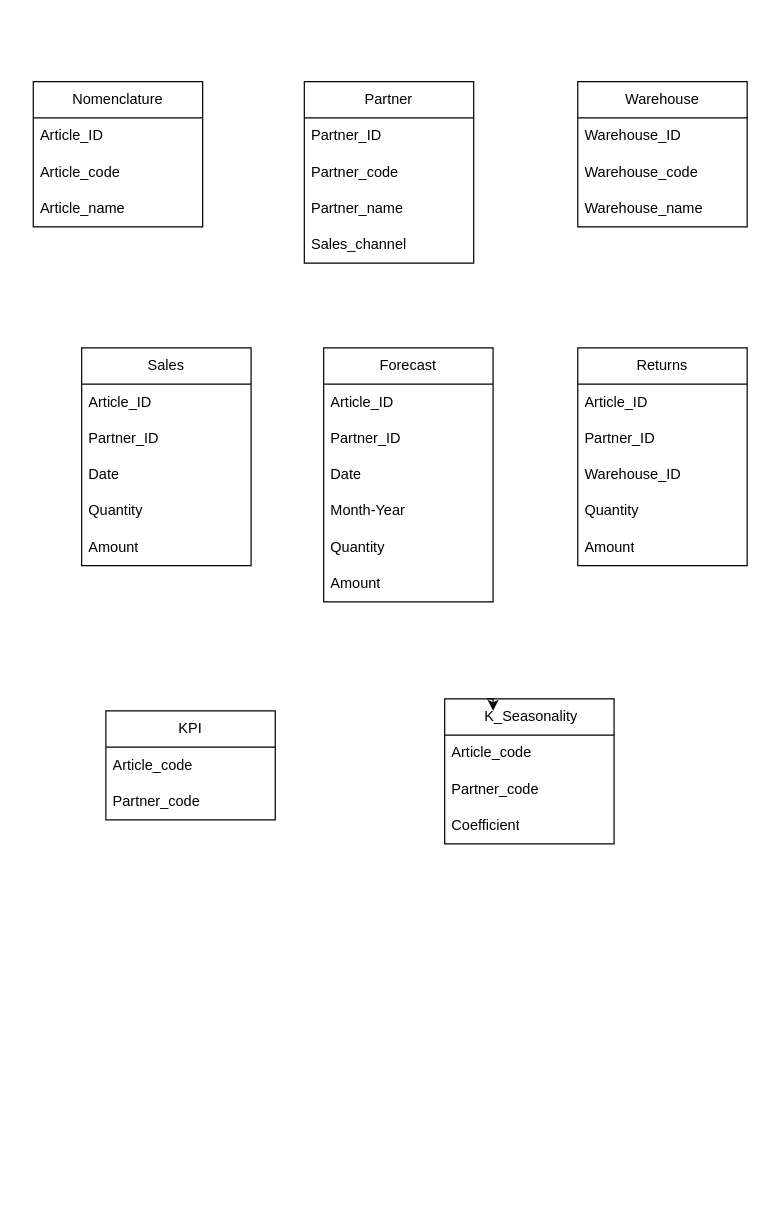
This is Диаграмма без названия.drawio from DWH-creation/Project_1, a draw.io file, before an edit. Source tidied: cells renumbered, new cells numbered last; positions are measured from the earlier drawing's top-left corner, leaving out a move shared by most shapes. Both pictures are drawn from the tidied source at 121%, with x=0, y=0 at pixel (33, 81).
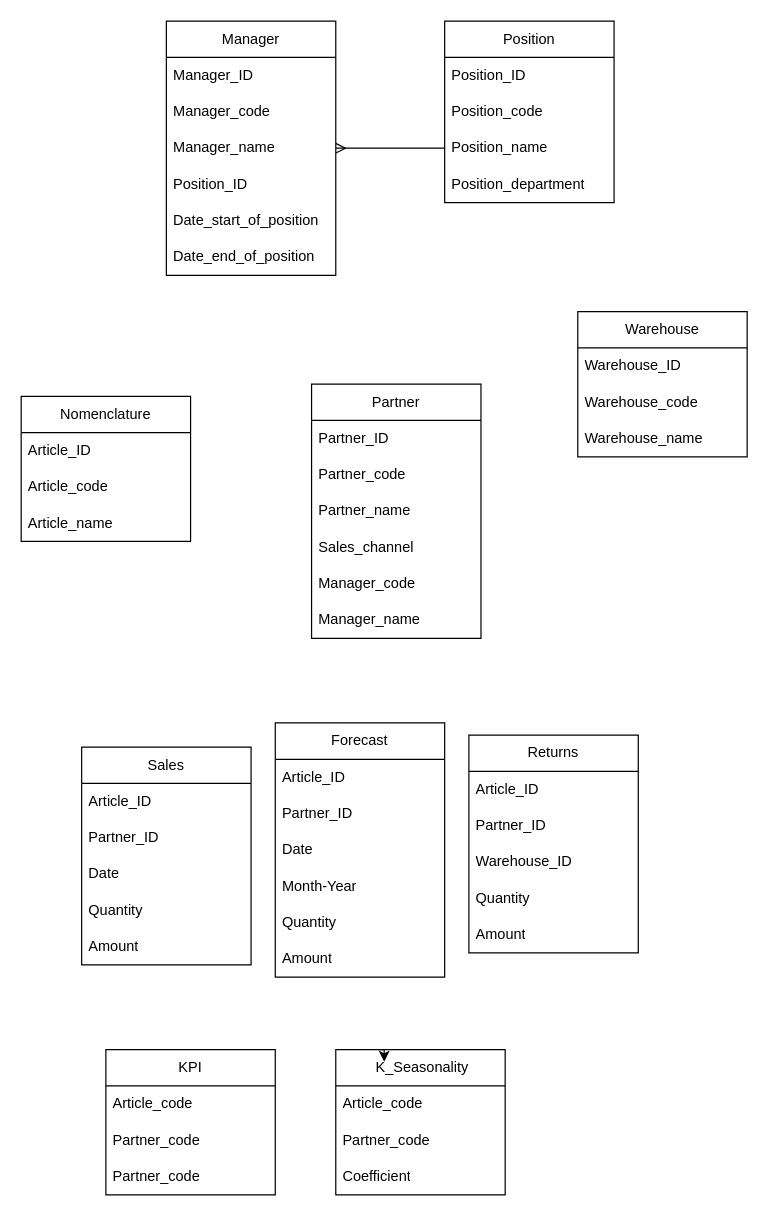
The same diagram, later.

Change to the diagram source:
```diff
@@
     <mxCell id="2" value="Nomenclature" style="swimlane;fontStyle=0;horizontal=1;startSize=30;whiteSpace=wrap;html=1;labelBackgroundColor=none;" parent="1" vertex="1">
-      <mxGeometry width="140" height="120" as="geometry" />
+      <mxGeometry x="-10" y="260" width="140" height="120" as="geometry" />
     </mxCell>
@@
     <mxCell id="6" value="Partner" style="swimlane;fontStyle=0;horizontal=1;startSize=30;whiteSpace=wrap;html=1;labelBackgroundColor=none;" parent="1" vertex="1">
-      <mxGeometry x="224" width="140" height="150" as="geometry" />
+      <mxGeometry x="230" y="250" width="140" height="210" as="geometry" />
     </mxCell>
@@
+    <mxCell id="42" value="Manager_code" style="text;strokeColor=none;fillColor=none;align=left;verticalAlign=middle;spacingLeft=4;spacingRight=4;overflow=hidden;whiteSpace=wrap;html=1;labelBackgroundColor=none;" parent="6" vertex="1">
+      <mxGeometry y="150" width="140" height="30" as="geometry" />
+    </mxCell>
+    <mxCell id="43" value="Manager_name" style="text;strokeColor=none;fillColor=none;align=left;verticalAlign=middle;spacingLeft=4;spacingRight=4;overflow=hidden;whiteSpace=wrap;html=1;labelBackgroundColor=none;" parent="6" vertex="1">
+      <mxGeometry y="180" width="140" height="30" as="geometry" />
+    </mxCell>
     <mxCell id="11" value="Warehouse" style="swimlane;fontStyle=0;horizontal=1;startSize=30;whiteSpace=wrap;html=1;labelBackgroundColor=none;" parent="1" vertex="1">
-      <mxGeometry x="450" width="140" height="120" as="geometry" />
+      <mxGeometry x="450" y="190" width="140" height="120" as="geometry" />
     </mxCell>
@@
     <mxCell id="15" value="KPI" style="swimlane;fontStyle=0;horizontal=1;startSize=30;whiteSpace=wrap;html=1;labelBackgroundColor=none;" parent="1" vertex="1">
-      <mxGeometry x="60" y="520" width="140" height="90" as="geometry" />
+      <mxGeometry x="60" y="800" width="140" height="120" as="geometry" />
     </mxCell>
@@
+    <mxCell id="44" value="Partner_code" style="text;strokeColor=none;fillColor=none;align=left;verticalAlign=middle;spacingLeft=4;spacingRight=4;overflow=hidden;whiteSpace=wrap;html=1;labelBackgroundColor=none;" parent="15" vertex="1">
+      <mxGeometry y="90" width="140" height="30" as="geometry" />
+    </mxCell>
     <mxCell id="18" value="&amp;nbsp;K_Seasonality" style="swimlane;fontStyle=0;horizontal=1;startSize=30;whiteSpace=wrap;html=1;labelBackgroundColor=none;" parent="1" vertex="1">
-      <mxGeometry x="340" y="510" width="140" height="120" as="geometry" />
+      <mxGeometry x="250" y="800" width="140" height="120" as="geometry" />
     </mxCell>
@@
     <mxCell id="22" value="Sales" style="swimlane;fontStyle=0;horizontal=1;startSize=30;whiteSpace=wrap;html=1;labelBackgroundColor=none;" parent="1" vertex="1">
-      <mxGeometry x="40" y="220" width="140" height="180" as="geometry" />
+      <mxGeometry x="40" y="550" width="140" height="180" as="geometry" />
     </mxCell>
@@
     <mxCell id="28" value="Forecast" style="swimlane;fontStyle=0;horizontal=1;startSize=30;whiteSpace=wrap;html=1;labelBackgroundColor=none;" parent="1" vertex="1">
-      <mxGeometry x="240" y="220" width="140" height="210" as="geometry" />
+      <mxGeometry x="200" y="530" width="140" height="210" as="geometry" />
     </mxCell>
@@
     <mxCell id="35" value="Returns" style="swimlane;fontStyle=0;horizontal=1;startSize=30;whiteSpace=wrap;html=1;labelBackgroundColor=none;" parent="1" vertex="1">
-      <mxGeometry x="450" y="220" width="140" height="180" as="geometry" />
+      <mxGeometry x="360" y="540" width="140" height="180" as="geometry" />
     </mxCell>
@@
+    <mxCell id="45" value="Manager" style="swimlane;fontStyle=0;horizontal=1;startSize=30;whiteSpace=wrap;html=1;labelBackgroundColor=none;" parent="1" vertex="1">
+      <mxGeometry x="110" y="-50" width="140" height="210" as="geometry" />
+    </mxCell>
+    <mxCell id="46" value="Manager_ID" style="text;strokeColor=none;fillColor=none;align=left;verticalAlign=middle;spacingLeft=4;spacingRight=4;overflow=hidden;whiteSpace=wrap;html=1;labelBackgroundColor=none;" parent="45" vertex="1">
+      <mxGeometry y="30" width="140" height="30" as="geometry" />
+    </mxCell>
+    <mxCell id="47" value="Manager_code" style="text;strokeColor=none;fillColor=none;align=left;verticalAlign=middle;spacingLeft=4;spacingRight=4;overflow=hidden;whiteSpace=wrap;html=1;labelBackgroundColor=none;" parent="45" vertex="1">
+      <mxGeometry y="60" width="140" height="30" as="geometry" />
+    </mxCell>
+    <mxCell id="48" value="Manager_name" style="text;strokeColor=none;fillColor=none;align=left;verticalAlign=middle;spacingLeft=4;spacingRight=4;overflow=hidden;points=[[0,0.5],[1,0.5]];portConstraint=eastwest;whiteSpace=wrap;html=1;labelBackgroundColor=none;" parent="45" vertex="1">
+      <mxGeometry y="90" width="140" height="30" as="geometry" />
+    </mxCell>
+    <mxCell id="49" value="Position_ID" style="text;strokeColor=none;fillColor=none;align=left;verticalAlign=middle;spacingLeft=4;spacingRight=4;overflow=hidden;whiteSpace=wrap;html=1;labelBackgroundColor=none;" parent="45" vertex="1">
+      <mxGeometry y="120" width="140" height="30" as="geometry" />
+    </mxCell>
+    <mxCell id="50" value="Date_start_of_position" style="text;strokeColor=none;fillColor=none;align=left;verticalAlign=middle;spacingLeft=4;spacingRight=4;overflow=hidden;whiteSpace=wrap;html=1;labelBackgroundColor=none;" parent="45" vertex="1">
+      <mxGeometry y="150" width="140" height="30" as="geometry" />
+    </mxCell>
+    <mxCell id="51" value="Date_end_of_position" style="text;strokeColor=none;fillColor=none;align=left;verticalAlign=middle;spacingLeft=4;spacingRight=4;overflow=hidden;whiteSpace=wrap;html=1;labelBackgroundColor=none;" parent="45" vertex="1">
+      <mxGeometry y="180" width="140" height="30" as="geometry" />
+    </mxCell>
+    <mxCell id="52" value="Position" style="swimlane;fontStyle=0;horizontal=1;startSize=30;whiteSpace=wrap;html=1;labelBackgroundColor=none;" parent="1" vertex="1">
+      <mxGeometry x="340" y="-50" width="140" height="150" as="geometry" />
+    </mxCell>
+    <mxCell id="53" value="Position_ID" style="text;strokeColor=none;fillColor=none;align=left;verticalAlign=middle;spacingLeft=4;spacingRight=4;overflow=hidden;whiteSpace=wrap;html=1;labelBackgroundColor=none;" parent="52" vertex="1">
+      <mxGeometry y="30" width="140" height="30" as="geometry" />
+    </mxCell>
+    <mxCell id="54" value="Position_code" style="text;strokeColor=none;fillColor=none;align=left;verticalAlign=middle;spacingLeft=4;spacingRight=4;overflow=hidden;whiteSpace=wrap;html=1;labelBackgroundColor=none;" parent="52" vertex="1">
+      <mxGeometry y="60" width="140" height="30" as="geometry" />
+    </mxCell>
+    <mxCell id="55" value="Position_name" style="text;strokeColor=none;fillColor=none;align=left;verticalAlign=middle;spacingLeft=4;spacingRight=4;overflow=hidden;points=[[0,0.5],[1,0.5]];portConstraint=eastwest;whiteSpace=wrap;html=1;labelBackgroundColor=none;" parent="52" vertex="1">
+      <mxGeometry y="90" width="140" height="30" as="geometry" />
+    </mxCell>
+    <mxCell id="56" value="Position_department" style="text;strokeColor=none;fillColor=none;align=left;verticalAlign=middle;spacingLeft=4;spacingRight=4;overflow=hidden;whiteSpace=wrap;html=1;labelBackgroundColor=none;" parent="52" vertex="1">
+      <mxGeometry y="120" width="140" height="30" as="geometry" />
+    </mxCell>
+    <mxCell id="57" style="edgeStyle=orthogonalEdgeStyle;rounded=0;jettySize=auto;html=1;entryX=1;entryY=0.5;entryDx=0;entryDy=0;endArrow=ERmany;endFill=0;" parent="1" edge="1" source="55" target="48">
+      <mxGeometry relative="1" as="geometry" />
+    </mxCell>
```
